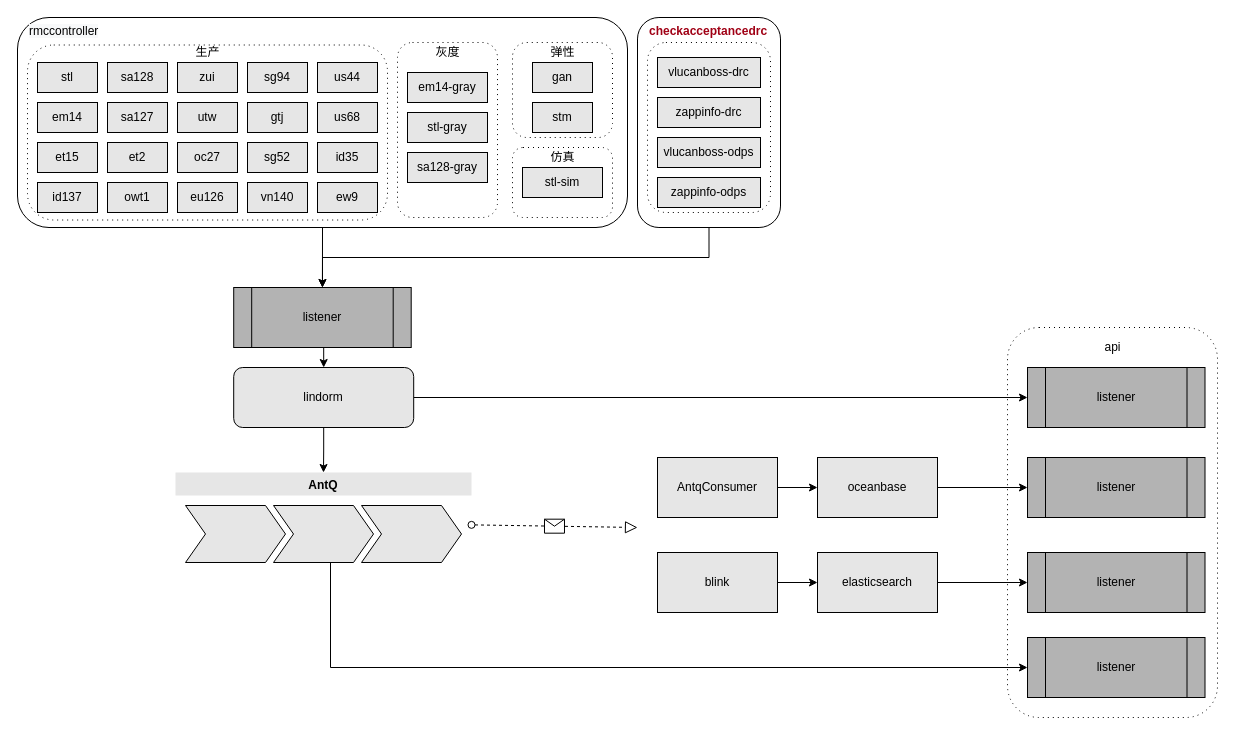
frankneu/draw.io keeps this draw.io diagram as 蚂蚁金服/RMC/Untitled Diagram.drawio. Above is the earlier version. Source tidied: cells renumbered, new cells numbered last; positions are measured from the earlier drawing's top-left corner, leaving out a move shared by most shapes. Both pictures are drawn from the tidied source at 100%, with x=0, y=0 at pixel (17, 17).
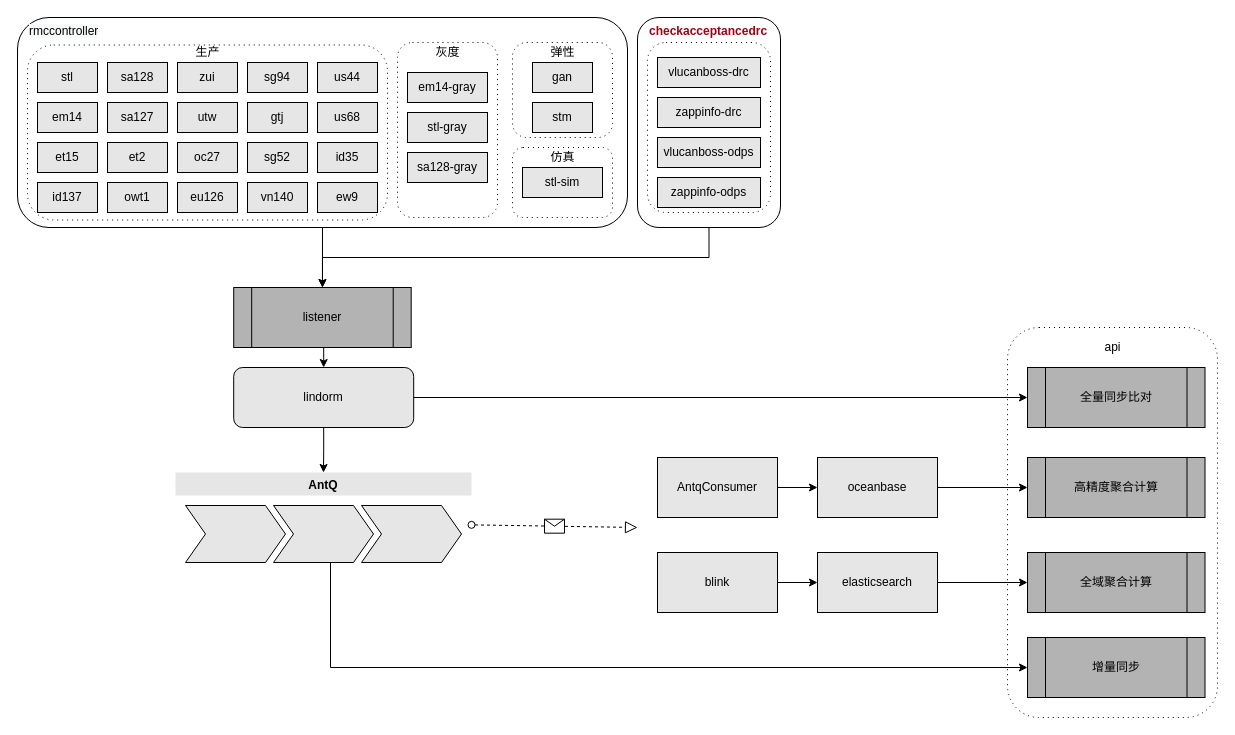
The same page after the edit.

The edit, as a diff of the source:
```diff
@@
-    <mxCell id="64" value="&lt;span&gt;listener&lt;/span&gt;" style="shape=process;whiteSpace=wrap;html=1;backgroundOutline=1;strokeColor=#000000;fillColor=#B3B3B3;" parent="1" vertex="1">
+    <mxCell id="64" value="&lt;span&gt;全量同步比对&lt;/span&gt;" style="shape=process;whiteSpace=wrap;html=1;backgroundOutline=1;strokeColor=#000000;fillColor=#B3B3B3;" parent="1" vertex="1">
       <mxGeometry x="1010" y="350" width="177.5" height="60" as="geometry" />
     </mxCell>
-    <mxCell id="65" value="&lt;span&gt;listener&lt;/span&gt;" style="shape=process;whiteSpace=wrap;html=1;backgroundOutline=1;strokeColor=#000000;fillColor=#B3B3B3;" parent="1" vertex="1">
+    <mxCell id="65" value="&lt;span&gt;高精度聚合计算&lt;/span&gt;" style="shape=process;whiteSpace=wrap;html=1;backgroundOutline=1;strokeColor=#000000;fillColor=#B3B3B3;" parent="1" vertex="1">
       <mxGeometry x="1010" y="440" width="177.5" height="60" as="geometry" />
     </mxCell>
-    <mxCell id="66" value="&lt;span&gt;listener&lt;/span&gt;" style="shape=process;whiteSpace=wrap;html=1;backgroundOutline=1;strokeColor=#000000;fillColor=#B3B3B3;" parent="1" vertex="1">
+    <mxCell id="66" value="全域聚合计算" style="shape=process;whiteSpace=wrap;html=1;backgroundOutline=1;strokeColor=#000000;fillColor=#B3B3B3;" parent="1" vertex="1">
       <mxGeometry x="1010" y="535" width="177.5" height="60" as="geometry" />
     </mxCell>
-    <mxCell id="67" value="&lt;span&gt;listener&lt;/span&gt;" style="shape=process;whiteSpace=wrap;html=1;backgroundOutline=1;strokeColor=#000000;fillColor=#B3B3B3;" parent="1" vertex="1">
+    <mxCell id="67" value="&lt;span&gt;增量同步&lt;/span&gt;" style="shape=process;whiteSpace=wrap;html=1;backgroundOutline=1;strokeColor=#000000;fillColor=#B3B3B3;" parent="1" vertex="1">
       <mxGeometry x="1010" y="620" width="177.5" height="60" as="geometry" />
     </mxCell>
```
